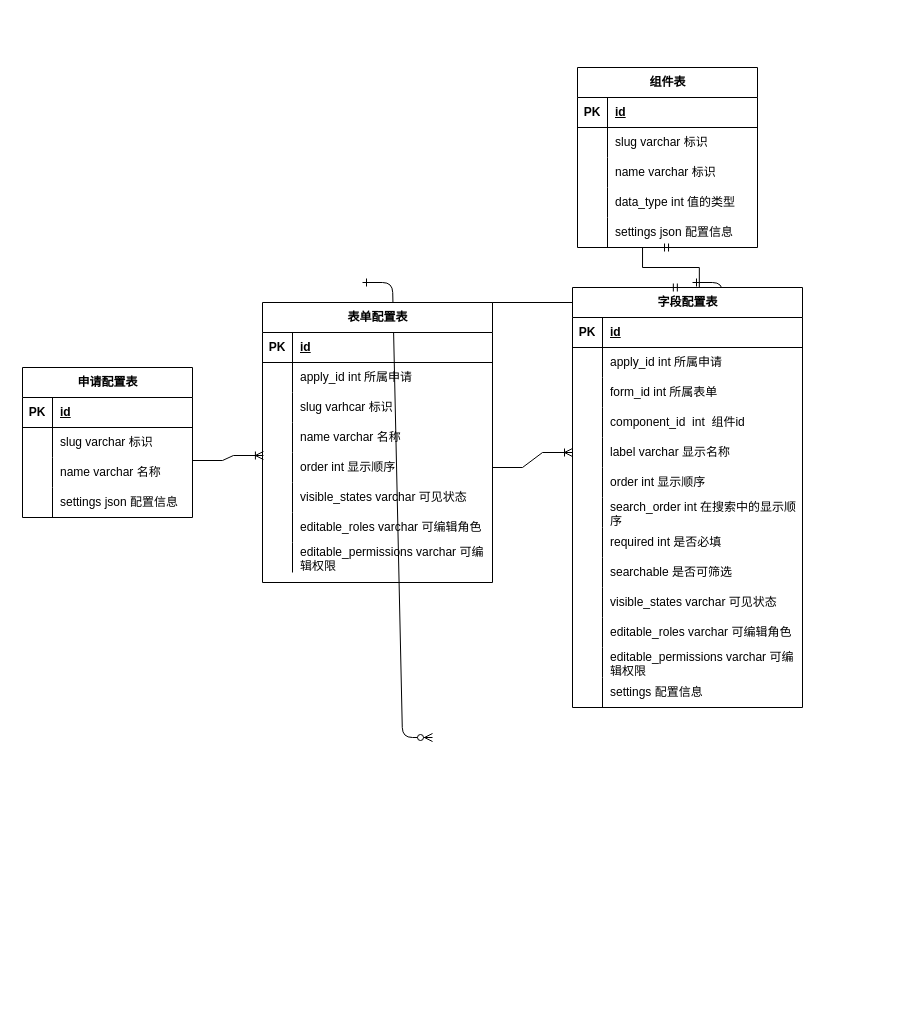
The draw.io diagram 未命名绘图.drawio in joewongex/drawio, before the edit. Source tidied: cells renumbered, new cells numbered last; positions are measured from the earlier drawing's top-left corner, leaving out a move shared by most shapes. Both pictures are drawn from the tidied source at 100%, with x=0, y=0 at pixel (22, 67).
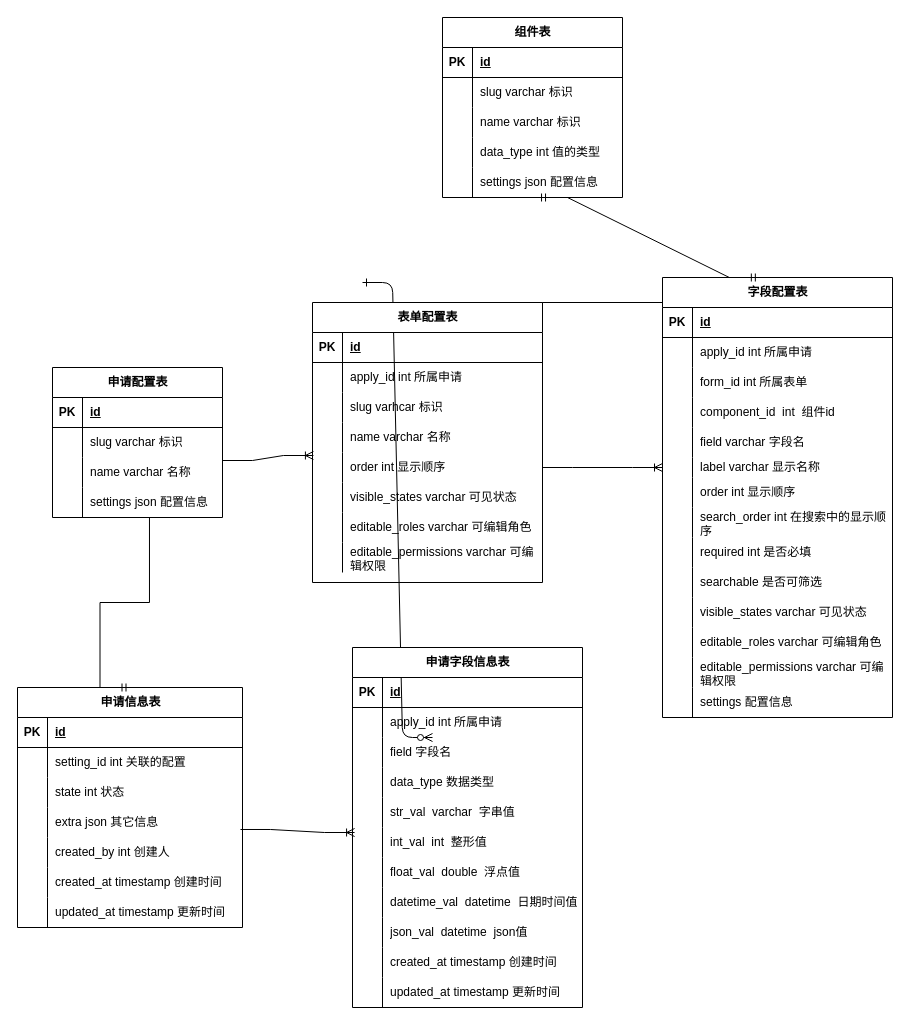
After the change.

Commit message (it also covers changes not shown here):
更新未命名绘图.drawio

The change refers to these unchanged cells:
```xml
<mxCell id="40" style="shape=tableRow;horizontal=0;startSize=0;swimlaneHead=0;swimlaneBody=0;fillColor=none;points=[[0,0.5],[1,0.5]];portConstraint=eastwest;top=0;left=0;right=0;bottom=0;" parent="30" vertex="1">
  <mxGeometry y="120" width="170" height="30" as="geometry" />
</mxCell>
```

The edit, as a diff of the source:
```diff
@@
     <mxCell id="5" value="表单配置表" style="shape=table;startSize=30;childLayout=tableLayout;rowLines=0;fontStyle=1;align=center;html=1;" parent="1" vertex="1">
-      <mxGeometry x="240" y="235" width="230" height="280" as="geometry" />
+      <mxGeometry x="290" y="235" width="230" height="280" as="geometry" />
     </mxCell>
@@
     <mxCell id="30" value="申请配置表" style="shape=table;startSize=30;childLayout=tableLayout;rowLines=0;fontStyle=1;align=center;html=1;" parent="1" vertex="1">
-      <mxGeometry y="300" width="170" height="150" as="geometry" />
+      <mxGeometry x="30" y="300" width="170" height="150" as="geometry" />
     </mxCell>
@@
     <mxCell id="44" value="组件表" style="shape=table;startSize=30;childLayout=tableLayout;rowLines=0;fontStyle=1;align=center;html=1;" parent="1" vertex="1">
-      <mxGeometry x="555" width="180" height="180" as="geometry" />
+      <mxGeometry x="420" y="-50" width="180" height="180" as="geometry" />
     </mxCell>
@@
     <mxCell id="60" value="字段配置表" style="shape=table;startSize=30;childLayout=tableLayout;rowLines=0;fontStyle=1;align=center;html=1;" parent="1" vertex="1">
-      <mxGeometry x="550" y="220" width="230" height="420" as="geometry" />
+      <mxGeometry x="640" y="210" width="230" height="440" as="geometry" />
     </mxCell>
@@
+    <mxCell id="102" style="shape=tableRow;horizontal=0;startSize=0;swimlaneHead=0;swimlaneBody=0;fillColor=none;top=0;left=0;right=0;bottom=0;" parent="60" vertex="1">
+      <mxGeometry y="150" width="230" height="30" as="geometry" />
+    </mxCell>
+    <mxCell id="103" style="shape=partialRectangle;fillColor=none;top=0;left=0;bottom=0;right=0;overflow=hidden;whiteSpace=wrap;html=1;" parent="102" vertex="1">
+      <mxGeometry width="30" height="30" as="geometry" />
+    </mxCell>
+    <mxCell id="104" value="field varchar 字段名" style="shape=partialRectangle;fillColor=none;top=0;left=0;bottom=0;right=0;align=left;spacingLeft=6;overflow=hidden;whiteSpace=wrap;html=1;" parent="102" vertex="1">
+      <mxGeometry x="30" width="200" height="30" as="geometry" />
+    </mxCell>
     <mxCell id="73" style="shape=tableRow;horizontal=0;startSize=0;swimlaneHead=0;swimlaneBody=0;fillColor=none;points=[[0,0.5],[1,0.5]];portConstraint=eastwest;top=0;left=0;right=0;bottom=0;" parent="60" vertex="1">
-      <mxGeometry y="150" width="230" height="30" as="geometry" />
+      <mxGeometry y="180" width="230" height="20" as="geometry" />
     </mxCell>
     <mxCell id="74" style="shape=partialRectangle;fillColor=none;top=0;left=0;bottom=0;right=0;overflow=hidden;whiteSpace=wrap;html=1;" parent="73" vertex="1">
-      <mxGeometry width="30" height="30" as="geometry" />
+      <mxGeometry width="30" height="20" as="geometry" />
     </mxCell>
     <mxCell id="75" value="label varchar 显示名称" style="shape=partialRectangle;fillColor=none;top=0;left=0;bottom=0;right=0;align=left;spacingLeft=6;overflow=hidden;whiteSpace=wrap;html=1;" parent="73" vertex="1">
-      <mxGeometry x="30" width="200" height="30" as="geometry" />
+      <mxGeometry x="30" width="200" height="20" as="geometry" />
     </mxCell>
     <mxCell id="76" style="shape=tableRow;horizontal=0;startSize=0;swimlaneHead=0;swimlaneBody=0;fillColor=none;top=0;left=0;right=0;bottom=0;" parent="60" vertex="1">
-      <mxGeometry y="180" width="230" height="30" as="geometry" />
+      <mxGeometry y="200" width="230" height="30" as="geometry" />
     </mxCell>
@@
     <mxCell id="79" style="shape=tableRow;horizontal=0;startSize=0;swimlaneHead=0;swimlaneBody=0;fillColor=none;top=0;left=0;right=0;bottom=0;" parent="60" vertex="1">
-      <mxGeometry y="210" width="230" height="30" as="geometry" />
+      <mxGeometry y="230" width="230" height="30" as="geometry" />
     </mxCell>
@@
     <mxCell id="82" style="shape=tableRow;horizontal=0;startSize=0;swimlaneHead=0;swimlaneBody=0;fillColor=none;top=0;left=0;right=0;bottom=0;" parent="60" vertex="1">
-      <mxGeometry y="240" width="230" height="30" as="geometry" />
+      <mxGeometry y="260" width="230" height="30" as="geometry" />
     </mxCell>
@@
     <mxCell id="85" style="shape=tableRow;horizontal=0;startSize=0;swimlaneHead=0;swimlaneBody=0;fillColor=none;top=0;left=0;right=0;bottom=0;" parent="60" vertex="1">
-      <mxGeometry y="270" width="230" height="30" as="geometry" />
+      <mxGeometry y="290" width="230" height="30" as="geometry" />
     </mxCell>
@@
     <mxCell id="88" style="shape=tableRow;horizontal=0;startSize=0;swimlaneHead=0;swimlaneBody=0;fillColor=none;top=0;left=0;right=0;bottom=0;" parent="60" vertex="1">
-      <mxGeometry y="300" width="230" height="30" as="geometry" />
+      <mxGeometry y="320" width="230" height="30" as="geometry" />
     </mxCell>
@@
     <mxCell id="91" style="shape=tableRow;horizontal=0;startSize=0;swimlaneHead=0;swimlaneBody=0;fillColor=none;top=0;left=0;right=0;bottom=0;" parent="60" vertex="1">
-      <mxGeometry y="330" width="230" height="30" as="geometry" />
+      <mxGeometry y="350" width="230" height="30" as="geometry" />
     </mxCell>
@@
     <mxCell id="94" style="shape=tableRow;horizontal=0;startSize=0;swimlaneHead=0;swimlaneBody=0;fillColor=none;top=0;left=0;right=0;bottom=0;" parent="60" vertex="1">
-      <mxGeometry y="360" width="230" height="30" as="geometry" />
+      <mxGeometry y="380" width="230" height="30" as="geometry" />
     </mxCell>
@@
     <mxCell id="97" style="shape=tableRow;horizontal=0;startSize=0;swimlaneHead=0;swimlaneBody=0;fillColor=none;top=0;left=0;right=0;bottom=0;" parent="60" vertex="1">
-      <mxGeometry y="390" width="230" height="30" as="geometry" />
+      <mxGeometry y="410" width="230" height="30" as="geometry" />
     </mxCell>
@@
+    <mxCell id="105" value="申请信息表" style="shape=table;startSize=30;childLayout=tableLayout;rowLines=0;fontStyle=1;align=center;html=1;" parent="1" vertex="1">
+      <mxGeometry x="-5" y="620" width="225" height="240" as="geometry" />
+    </mxCell>
+    <mxCell id="106" style="shape=tableRow;horizontal=0;startSize=0;swimlaneHead=0;swimlaneBody=0;fillColor=none;top=0;left=0;right=0;bottom=1;" parent="105" vertex="1">
+      <mxGeometry y="30" width="225" height="30" as="geometry" />
+    </mxCell>
+    <mxCell id="107" value="PK" style="shape=partialRectangle;fillColor=none;top=0;left=0;bottom=0;right=0;fontStyle=1;overflow=hidden;whiteSpace=wrap;html=1;" parent="106" vertex="1">
+      <mxGeometry width="30" height="30" as="geometry" />
+    </mxCell>
+    <mxCell id="108" value="id" style="shape=partialRectangle;fillColor=none;top=0;left=0;bottom=0;right=0;align=left;spacingLeft=6;fontStyle=5;overflow=hidden;whiteSpace=wrap;html=1;" parent="106" vertex="1">
+      <mxGeometry x="30" width="195" height="30" as="geometry" />
+    </mxCell>
+    <mxCell id="109" style="shape=tableRow;horizontal=0;startSize=0;swimlaneHead=0;swimlaneBody=0;fillColor=none;top=0;left=0;right=0;bottom=0;" parent="105" vertex="1">
+      <mxGeometry y="60" width="225" height="30" as="geometry" />
+    </mxCell>
+    <mxCell id="110" style="shape=partialRectangle;fillColor=none;top=0;left=0;bottom=0;right=0;overflow=hidden;whiteSpace=wrap;html=1;" parent="109" vertex="1">
+      <mxGeometry width="30" height="30" as="geometry" />
+    </mxCell>
+    <mxCell id="111" value="setting_id int 关联的配置" style="shape=partialRectangle;fillColor=none;top=0;left=0;bottom=0;right=0;align=left;spacingLeft=6;overflow=hidden;whiteSpace=wrap;html=1;" parent="109" vertex="1">
+      <mxGeometry x="30" width="195" height="30" as="geometry" />
+    </mxCell>
+    <mxCell id="112" style="shape=tableRow;horizontal=0;startSize=0;swimlaneHead=0;swimlaneBody=0;fillColor=none;top=0;left=0;right=0;bottom=0;" parent="105" vertex="1">
+      <mxGeometry y="90" width="225" height="30" as="geometry" />
+    </mxCell>
+    <mxCell id="113" style="shape=partialRectangle;fillColor=none;top=0;left=0;bottom=0;right=0;overflow=hidden;whiteSpace=wrap;html=1;" parent="112" vertex="1">
+      <mxGeometry width="30" height="30" as="geometry" />
+    </mxCell>
+    <mxCell id="114" value="state int 状态" style="shape=partialRectangle;fillColor=none;top=0;left=0;bottom=0;right=0;align=left;spacingLeft=6;overflow=hidden;whiteSpace=wrap;html=1;" parent="112" vertex="1">
+      <mxGeometry x="30" width="195" height="30" as="geometry" />
+    </mxCell>
+    <mxCell id="115" style="shape=tableRow;horizontal=0;startSize=0;swimlaneHead=0;swimlaneBody=0;fillColor=none;points=[[0,0.5],[1,0.5]];portConstraint=eastwest;top=0;left=0;right=0;bottom=0;" parent="105" vertex="1">
+      <mxGeometry y="120" width="225" height="30" as="geometry" />
+    </mxCell>
+    <mxCell id="116" style="shape=partialRectangle;fillColor=none;top=0;left=0;bottom=0;right=0;overflow=hidden;whiteSpace=wrap;html=1;" parent="115" vertex="1">
+      <mxGeometry width="30" height="30" as="geometry" />
+    </mxCell>
+    <mxCell id="117" value="extra json 其它信息" style="shape=partialRectangle;fillColor=none;top=0;left=0;bottom=0;right=0;align=left;spacingLeft=6;overflow=hidden;whiteSpace=wrap;html=1;" parent="115" vertex="1">
+      <mxGeometry x="30" width="195" height="30" as="geometry" />
+    </mxCell>
+    <mxCell id="118" style="shape=tableRow;horizontal=0;startSize=0;swimlaneHead=0;swimlaneBody=0;fillColor=none;top=0;left=0;right=0;bottom=0;" parent="105" vertex="1">
+      <mxGeometry y="150" width="225" height="30" as="geometry" />
+    </mxCell>
+    <mxCell id="119" style="shape=partialRectangle;fillColor=none;top=0;left=0;bottom=0;right=0;overflow=hidden;whiteSpace=wrap;html=1;" parent="118" vertex="1">
+      <mxGeometry width="30" height="30" as="geometry" />
+    </mxCell>
+    <mxCell id="120" value="created_by int 创建人" style="shape=partialRectangle;fillColor=none;top=0;left=0;bottom=0;right=0;align=left;spacingLeft=6;overflow=hidden;whiteSpace=wrap;html=1;" parent="118" vertex="1">
+      <mxGeometry x="30" width="195" height="30" as="geometry" />
+    </mxCell>
+    <mxCell id="121" style="shape=tableRow;horizontal=0;startSize=0;swimlaneHead=0;swimlaneBody=0;fillColor=none;top=0;left=0;right=0;bottom=0;" parent="105" vertex="1">
+      <mxGeometry y="180" width="225" height="30" as="geometry" />
+    </mxCell>
+    <mxCell id="122" style="shape=partialRectangle;fillColor=none;top=0;left=0;bottom=0;right=0;overflow=hidden;whiteSpace=wrap;html=1;" parent="121" vertex="1">
+      <mxGeometry width="30" height="30" as="geometry" />
+    </mxCell>
+    <mxCell id="123" value="created_at timestamp 创建时间" style="shape=partialRectangle;fillColor=none;top=0;left=0;bottom=0;right=0;align=left;spacingLeft=6;overflow=hidden;whiteSpace=wrap;html=1;" parent="121" vertex="1">
+      <mxGeometry x="30" width="195" height="30" as="geometry" />
+    </mxCell>
+    <mxCell id="124" style="shape=tableRow;horizontal=0;startSize=0;swimlaneHead=0;swimlaneBody=0;fillColor=none;top=0;left=0;right=0;bottom=0;" parent="105" vertex="1">
+      <mxGeometry y="210" width="225" height="30" as="geometry" />
+    </mxCell>
+    <mxCell id="125" style="shape=partialRectangle;fillColor=none;top=0;left=0;bottom=0;right=0;overflow=hidden;whiteSpace=wrap;html=1;" parent="124" vertex="1">
+      <mxGeometry width="30" height="30" as="geometry" />
+    </mxCell>
+    <mxCell id="126" value="updated_at timestamp 更新时间" style="shape=partialRectangle;fillColor=none;top=0;left=0;bottom=0;right=0;align=left;spacingLeft=6;overflow=hidden;whiteSpace=wrap;html=1;" parent="124" vertex="1">
+      <mxGeometry x="30" width="195" height="30" as="geometry" />
+    </mxCell>
+    <mxCell id="127" style="edgeStyle=entityRelationEdgeStyle;fontSize=12;html=1;endArrow=ERmandOne;rounded=0;exitX=0.394;exitY=1;exitDx=0;exitDy=0;exitPerimeter=0;entryX=0.5;entryY=0;entryDx=0;entryDy=0;" parent="1" edge="1" source="40" target="105">
+      <mxGeometry relative="1" as="geometry">
+        <Array as="points">
+          <mxPoint x="110" y="570" />
+        </Array>
+      </mxGeometry>
+    </mxCell>
+    <mxCell id="128" value="申请字段信息表" style="shape=table;startSize=30;childLayout=tableLayout;rowLines=0;fontStyle=1;align=center;html=1;" parent="1" vertex="1">
+      <mxGeometry x="330" y="580" width="230" height="360" as="geometry" />
+    </mxCell>
+    <mxCell id="129" style="shape=tableRow;horizontal=0;startSize=0;swimlaneHead=0;swimlaneBody=0;fillColor=none;top=0;left=0;right=0;bottom=1;" parent="128" vertex="1">
+      <mxGeometry y="30" width="230" height="30" as="geometry" />
+    </mxCell>
+    <mxCell id="130" value="PK" style="shape=partialRectangle;fillColor=none;top=0;left=0;bottom=0;right=0;fontStyle=1;overflow=hidden;whiteSpace=wrap;html=1;" parent="129" vertex="1">
+      <mxGeometry width="30" height="30" as="geometry" />
+    </mxCell>
+    <mxCell id="131" value="id" style="shape=partialRectangle;fillColor=none;top=0;left=0;bottom=0;right=0;align=left;spacingLeft=6;fontStyle=5;overflow=hidden;whiteSpace=wrap;html=1;" parent="129" vertex="1">
+      <mxGeometry x="30" width="200" height="30" as="geometry" />
+    </mxCell>
+    <mxCell id="132" style="shape=tableRow;horizontal=0;startSize=0;swimlaneHead=0;swimlaneBody=0;fillColor=none;top=0;left=0;right=0;bottom=0;" parent="128" vertex="1">
+      <mxGeometry y="60" width="230" height="30" as="geometry" />
+    </mxCell>
+    <mxCell id="133" style="shape=partialRectangle;fillColor=none;top=0;left=0;bottom=0;right=0;overflow=hidden;whiteSpace=wrap;html=1;" parent="132" vertex="1">
+      <mxGeometry width="30" height="30" as="geometry" />
+    </mxCell>
+    <mxCell id="134" value="apply_id int 所属申请&amp;nbsp;" style="shape=partialRectangle;fillColor=none;top=0;left=0;bottom=0;right=0;align=left;spacingLeft=6;overflow=hidden;whiteSpace=wrap;html=1;" parent="132" vertex="1">
+      <mxGeometry x="30" width="200" height="30" as="geometry" />
+    </mxCell>
+    <mxCell id="135" style="shape=tableRow;horizontal=0;startSize=0;swimlaneHead=0;swimlaneBody=0;fillColor=none;top=0;left=0;right=0;bottom=0;" parent="128" vertex="1">
+      <mxGeometry y="90" width="230" height="30" as="geometry" />
+    </mxCell>
+    <mxCell id="136" style="shape=partialRectangle;fillColor=none;top=0;left=0;bottom=0;right=0;overflow=hidden;whiteSpace=wrap;html=1;" parent="135" vertex="1">
+      <mxGeometry width="30" height="30" as="geometry" />
+    </mxCell>
+    <mxCell id="137" value="field 字段名" style="shape=partialRectangle;fillColor=none;top=0;left=0;bottom=0;right=0;align=left;spacingLeft=6;overflow=hidden;whiteSpace=wrap;html=1;" parent="135" vertex="1">
+      <mxGeometry x="30" width="200" height="30" as="geometry" />
+    </mxCell>
+    <mxCell id="138" style="shape=tableRow;horizontal=0;startSize=0;swimlaneHead=0;swimlaneBody=0;fillColor=none;top=0;left=0;right=0;bottom=0;" parent="128" vertex="1">
+      <mxGeometry y="120" width="230" height="30" as="geometry" />
+    </mxCell>
+    <mxCell id="139" style="shape=partialRectangle;fillColor=none;top=0;left=0;bottom=0;right=0;overflow=hidden;whiteSpace=wrap;html=1;" parent="138" vertex="1">
+      <mxGeometry width="30" height="30" as="geometry" />
+    </mxCell>
+    <mxCell id="140" value="data_type 数据类型" style="shape=partialRectangle;fillColor=none;top=0;left=0;bottom=0;right=0;align=left;spacingLeft=6;overflow=hidden;whiteSpace=wrap;html=1;" parent="138" vertex="1">
+      <mxGeometry x="30" width="200" height="30" as="geometry" />
+    </mxCell>
+    <mxCell id="141" style="shape=tableRow;horizontal=0;startSize=0;swimlaneHead=0;swimlaneBody=0;fillColor=none;top=0;left=0;right=0;bottom=0;" parent="128" vertex="1">
+      <mxGeometry y="150" width="230" height="30" as="geometry" />
+    </mxCell>
+    <mxCell id="142" style="shape=partialRectangle;fillColor=none;top=0;left=0;bottom=0;right=0;overflow=hidden;whiteSpace=wrap;html=1;" parent="141" vertex="1">
+      <mxGeometry width="30" height="30" as="geometry" />
+    </mxCell>
+    <mxCell id="143" value="str_val&amp;nbsp; varchar&amp;nbsp; 字串值" style="shape=partialRectangle;fillColor=none;top=0;left=0;bottom=0;right=0;align=left;spacingLeft=6;overflow=hidden;whiteSpace=wrap;html=1;" parent="141" vertex="1">
+      <mxGeometry x="30" width="200" height="30" as="geometry" />
+    </mxCell>
+    <mxCell id="144" style="shape=tableRow;horizontal=0;startSize=0;swimlaneHead=0;swimlaneBody=0;fillColor=none;points=[[0,0.5],[1,0.5]];portConstraint=eastwest;top=0;left=0;right=0;bottom=0;" parent="128" vertex="1">
+      <mxGeometry y="180" width="230" height="30" as="geometry" />
+    </mxCell>
+    <mxCell id="145" style="shape=partialRectangle;fillColor=none;top=0;left=0;bottom=0;right=0;overflow=hidden;whiteSpace=wrap;html=1;" parent="144" vertex="1">
+      <mxGeometry width="30" height="30" as="geometry" />
+    </mxCell>
+    <mxCell id="146" value="int_val&amp;nbsp; int&amp;nbsp; 整形值" style="shape=partialRectangle;fillColor=none;top=0;left=0;bottom=0;right=0;align=left;spacingLeft=6;overflow=hidden;whiteSpace=wrap;html=1;" parent="144" vertex="1">
+      <mxGeometry x="30" width="200" height="30" as="geometry" />
+    </mxCell>
+    <mxCell id="147" style="shape=tableRow;horizontal=0;startSize=0;swimlaneHead=0;swimlaneBody=0;fillColor=none;top=0;left=0;right=0;bottom=0;" parent="128" vertex="1">
+      <mxGeometry y="210" width="230" height="30" as="geometry" />
+    </mxCell>
+    <mxCell id="148" style="shape=partialRectangle;fillColor=none;top=0;left=0;bottom=0;right=0;overflow=hidden;whiteSpace=wrap;html=1;" parent="147" vertex="1">
+      <mxGeometry width="30" height="30" as="geometry" />
+    </mxCell>
+    <mxCell id="149" value="float_val&amp;nbsp; double&amp;nbsp; 浮点值" style="shape=partialRectangle;fillColor=none;top=0;left=0;bottom=0;right=0;align=left;spacingLeft=6;overflow=hidden;whiteSpace=wrap;html=1;" parent="147" vertex="1">
+      <mxGeometry x="30" width="200" height="30" as="geometry" />
+    </mxCell>
+    <mxCell id="150" style="shape=tableRow;horizontal=0;startSize=0;swimlaneHead=0;swimlaneBody=0;fillColor=none;top=0;left=0;right=0;bottom=0;" parent="128" vertex="1">
+      <mxGeometry y="240" width="230" height="30" as="geometry" />
+    </mxCell>
+    <mxCell id="151" style="shape=partialRectangle;fillColor=none;top=0;left=0;bottom=0;right=0;overflow=hidden;whiteSpace=wrap;html=1;" parent="150" vertex="1">
+      <mxGeometry width="30" height="30" as="geometry" />
+    </mxCell>
+    <mxCell id="152" value="datetime_val&amp;nbsp; datetime&amp;nbsp; 日期时间值" style="shape=partialRectangle;fillColor=none;top=0;left=0;bottom=0;right=0;align=left;spacingLeft=6;overflow=hidden;whiteSpace=wrap;html=1;" parent="150" vertex="1">
+      <mxGeometry x="30" width="200" height="30" as="geometry" />
+    </mxCell>
+    <mxCell id="153" style="shape=tableRow;horizontal=0;startSize=0;swimlaneHead=0;swimlaneBody=0;fillColor=none;top=0;left=0;right=0;bottom=0;" parent="128" vertex="1">
+      <mxGeometry y="270" width="230" height="30" as="geometry" />
+    </mxCell>
+    <mxCell id="154" style="shape=partialRectangle;fillColor=none;top=0;left=0;bottom=0;right=0;overflow=hidden;whiteSpace=wrap;html=1;" parent="153" vertex="1">
+      <mxGeometry width="30" height="30" as="geometry" />
+    </mxCell>
+    <mxCell id="155" value="json_val&amp;nbsp; datetime&amp;nbsp; json值" style="shape=partialRectangle;fillColor=none;top=0;left=0;bottom=0;right=0;align=left;spacingLeft=6;overflow=hidden;whiteSpace=wrap;html=1;" parent="153" vertex="1">
+      <mxGeometry x="30" width="200" height="30" as="geometry" />
+    </mxCell>
+    <mxCell id="156" style="shape=tableRow;horizontal=0;startSize=0;swimlaneHead=0;swimlaneBody=0;fillColor=none;top=0;left=0;right=0;bottom=0;" parent="128" vertex="1">
+      <mxGeometry y="300" width="230" height="30" as="geometry" />
+    </mxCell>
+    <mxCell id="157" style="shape=partialRectangle;fillColor=none;top=0;left=0;bottom=0;right=0;overflow=hidden;whiteSpace=wrap;html=1;" parent="156" vertex="1">
+      <mxGeometry width="30" height="30" as="geometry" />
+    </mxCell>
+    <mxCell id="158" value="created_at timestamp 创建时间" style="shape=partialRectangle;fillColor=none;top=0;left=0;bottom=0;right=0;align=left;spacingLeft=6;overflow=hidden;whiteSpace=wrap;html=1;" parent="156" vertex="1">
+      <mxGeometry x="30" width="200" height="30" as="geometry" />
+    </mxCell>
+    <mxCell id="159" style="shape=tableRow;horizontal=0;startSize=0;swimlaneHead=0;swimlaneBody=0;fillColor=none;top=0;left=0;right=0;bottom=0;" parent="128" vertex="1">
+      <mxGeometry y="330" width="230" height="30" as="geometry" />
+    </mxCell>
+    <mxCell id="160" style="shape=partialRectangle;fillColor=none;top=0;left=0;bottom=0;right=0;overflow=hidden;whiteSpace=wrap;html=1;" parent="159" vertex="1">
+      <mxGeometry width="30" height="30" as="geometry" />
+    </mxCell>
+    <mxCell id="161" value="updated_at timestamp 更新时间" style="shape=partialRectangle;fillColor=none;top=0;left=0;bottom=0;right=0;align=left;spacingLeft=6;overflow=hidden;whiteSpace=wrap;html=1;" parent="159" vertex="1">
+      <mxGeometry x="30" width="200" height="30" as="geometry" />
+    </mxCell>
+    <mxCell id="162" style="edgeStyle=entityRelationEdgeStyle;fontSize=12;html=1;endArrow=ERoneToMany;rounded=0;exitX=0.991;exitY=0.733;exitDx=0;exitDy=0;exitPerimeter=0;entryX=0.009;entryY=0.167;entryDx=0;entryDy=0;entryPerimeter=0;" parent="1" edge="1" source="115" target="144">
+      <mxGeometry relative="1" as="geometry" />
+    </mxCell>
```
